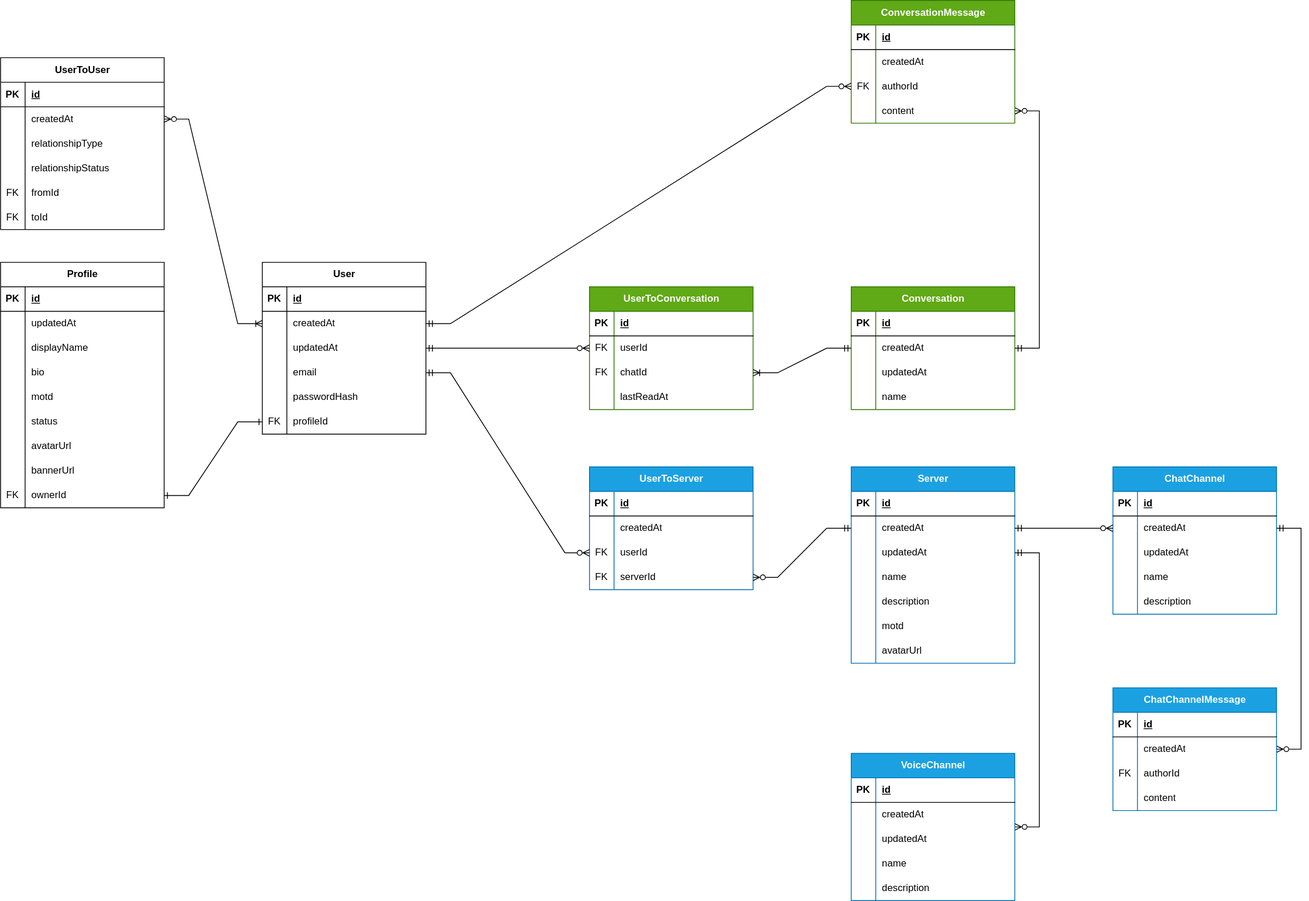
Above: diagrams/er-diagram.svg in qonsensus/backend (draw.io), before the change. Source tidied: cells renumbered, new cells last; positions are measured from the earlier drawing's top-left corner, leaving out a move shared by most shapes.
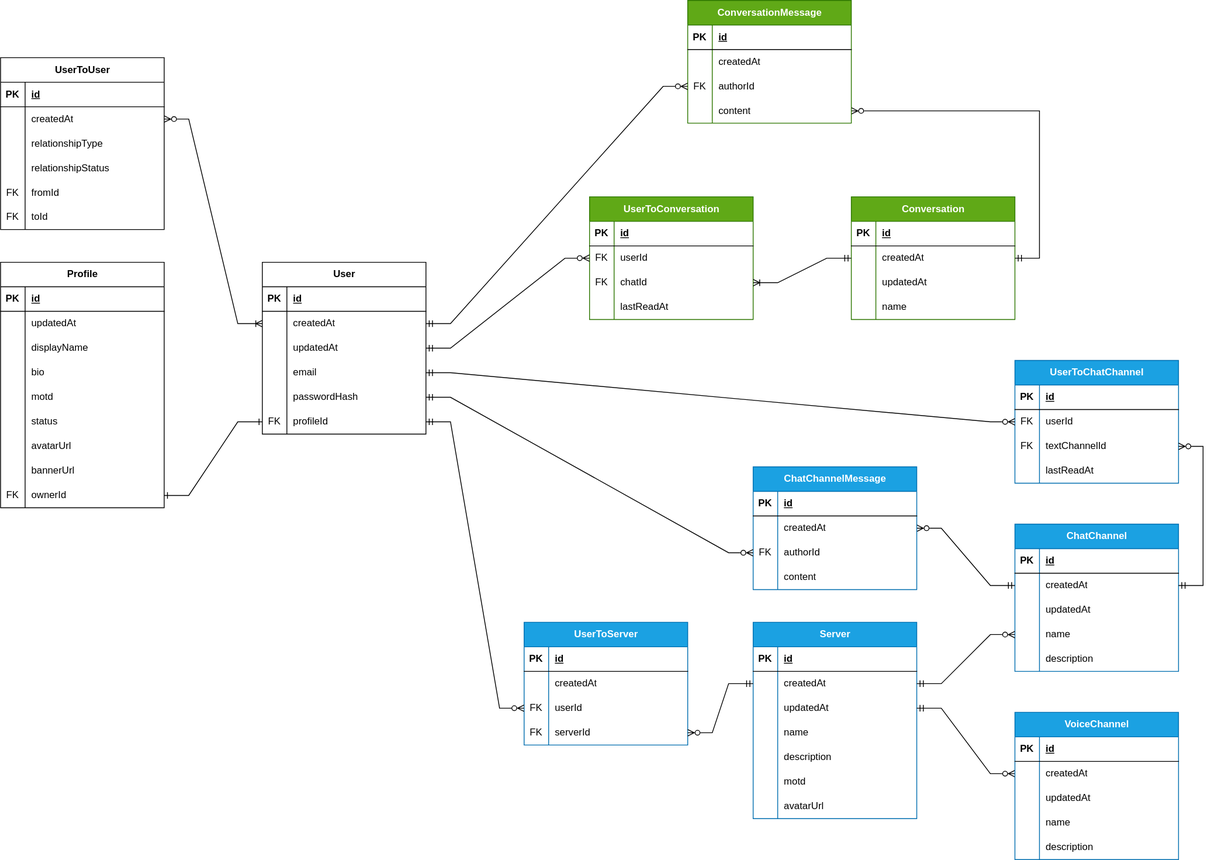
Later version of the same file.

Diff of the diagram source:
```diff
@@ -207,7 +207,7 @@
       <mxGeometry relative="1" as="geometry" />
     </mxCell>
     <mxCell id="70" value="Conversation" style="shape=table;startSize=30;rowLines=0;fontStyle=1;align=center;html=1;fillColor=#60a917;fontColor=#ffffff;strokeColor=#2D7600;" parent="1" vertex="1">
-      <mxGeometry x="1040" y="350" width="200" height="150" as="geometry" />
+      <mxGeometry x="1040" y="240" width="200" height="150" as="geometry" />
     </mxCell>
     <mxCell id="71" style="shape=tableRow;horizontal=0;startSize=0;swimlaneHead=0;swimlaneBody=0;fillColor=none;top=0;left=0;right=0;bottom=1;" parent="70" vertex="1">
       <mxGeometry y="30" width="200" height="30" as="geometry" />
@@ -246,7 +246,7 @@
       <mxGeometry x="30" width="170" height="30" as="geometry" />
     </mxCell>
     <mxCell id="83" value="UserToServer" style="shape=table;startSize=30;rowLines=0;fontStyle=1;align=center;html=1;fillColor=#1ba1e2;fontColor=#ffffff;strokeColor=#006EAF;" parent="1" vertex="1">
-      <mxGeometry x="720" y="570" width="200" height="150" as="geometry" />
+      <mxGeometry x="640" y="760" width="200" height="150" as="geometry" />
     </mxCell>
     <mxCell id="84" style="shape=tableRow;horizontal=0;startSize=0;swimlaneHead=0;swimlaneBody=0;fillColor=none;top=0;left=0;right=0;bottom=1;" parent="83" vertex="1">
       <mxGeometry y="30" width="200" height="30" as="geometry" />
@@ -284,11 +284,11 @@
     <mxCell id="95" value="serverId" style="shape=partialRectangle;fillColor=none;top=0;left=0;bottom=0;right=0;align=left;spacingLeft=6;overflow=hidden;whiteSpace=wrap;html=1;" parent="93" vertex="1">
       <mxGeometry x="30" width="170" height="30" as="geometry" />
     </mxCell>
-    <mxCell id="96" style="edgeStyle=entityRelationEdgeStyle;rounded=0;jettySize=auto;html=1;entryX=1;entryY=0.5;entryDx=0;entryDy=0;endArrow=ERmandOne;endFill=0;startArrow=ERzeroToMany;startFill=0;" parent="1" edge="1" source="90" target="12">
+    <mxCell id="96" style="edgeStyle=entityRelationEdgeStyle;rounded=0;jettySize=auto;html=1;endArrow=ERmandOne;endFill=0;startArrow=ERzeroToMany;startFill=0;" parent="1" edge="1" source="90" target="18">
       <mxGeometry relative="1" as="geometry" />
     </mxCell>
     <mxCell id="97" value="Server" style="shape=table;startSize=30;rowLines=0;fontStyle=1;align=center;html=1;fillColor=#1ba1e2;fontColor=#ffffff;strokeColor=#006EAF;" parent="1" vertex="1">
-      <mxGeometry x="1040" y="570" width="200" height="240" as="geometry" />
+      <mxGeometry x="920" y="760" width="200" height="240" as="geometry" />
     </mxCell>
     <mxCell id="98" style="shape=tableRow;horizontal=0;startSize=0;swimlaneHead=0;swimlaneBody=0;fillColor=none;top=0;left=0;right=0;bottom=1;" parent="97" vertex="1">
       <mxGeometry y="30" width="200" height="30" as="geometry" />
@@ -357,7 +357,7 @@
       <mxGeometry relative="1" as="geometry" />
     </mxCell>
     <mxCell id="120" value="ChatChannel" style="shape=table;startSize=30;rowLines=0;fontStyle=1;align=center;html=1;fillColor=#1ba1e2;fontColor=#ffffff;strokeColor=#006EAF;" parent="1" vertex="1">
-      <mxGeometry x="1360" y="570" width="200" height="180" as="geometry" />
+      <mxGeometry x="1240" y="640" width="200" height="180" as="geometry" />
     </mxCell>
     <mxCell id="121" style="shape=tableRow;horizontal=0;startSize=0;swimlaneHead=0;swimlaneBody=0;fillColor=none;top=0;left=0;right=0;bottom=1;" parent="120" vertex="1">
       <mxGeometry y="30" width="200" height="30" as="geometry" />
@@ -404,14 +404,14 @@
     <mxCell id="135" value="description" style="shape=partialRectangle;fillColor=none;top=0;left=0;bottom=0;right=0;align=left;spacingLeft=6;overflow=hidden;whiteSpace=wrap;html=1;" parent="133" vertex="1">
       <mxGeometry x="30" width="170" height="30" as="geometry" />
     </mxCell>
-    <mxCell id="136" style="edgeStyle=entityRelationEdgeStyle;rounded=0;jettySize=auto;html=1;endArrow=ERmandOne;endFill=0;startArrow=ERzeroToMany;startFill=0;exitX=0;exitY=0.5;exitDx=0;exitDy=0;entryX=1;entryY=0.5;entryDx=0;entryDy=0;" parent="1" edge="1" source="124" target="101">
+    <mxCell id="136" style="edgeStyle=entityRelationEdgeStyle;rounded=0;jettySize=auto;html=1;endArrow=ERmandOne;endFill=0;startArrow=ERzeroToMany;startFill=0;entryX=1;entryY=0.5;entryDx=0;entryDy=0;" parent="1" edge="1" source="130" target="101">
       <mxGeometry relative="1" as="geometry" />
     </mxCell>
     <mxCell id="137" style="edgeStyle=entityRelationEdgeStyle;rounded=0;jettySize=auto;html=1;endArrow=ERmandOne;endFill=0;startArrow=ERzeroToMany;startFill=0;exitX=1;exitY=0.5;exitDx=0;exitDy=0;" parent="1" edge="1" source="148" target="74">
       <mxGeometry relative="1" as="geometry" />
     </mxCell>
     <mxCell id="138" value="ConversationMessage" style="shape=table;startSize=30;rowLines=0;fontStyle=1;align=center;html=1;fillColor=#60a917;fontColor=#ffffff;strokeColor=#2D7600;" parent="1" vertex="1">
-      <mxGeometry x="1040" width="200" height="150" as="geometry" />
+      <mxGeometry x="840" width="200" height="150" as="geometry" />
     </mxCell>
     <mxCell id="139" style="shape=tableRow;horizontal=0;startSize=0;swimlaneHead=0;swimlaneBody=0;fillColor=none;top=0;left=0;right=0;bottom=1;" parent="138" vertex="1">
       <mxGeometry y="30" width="200" height="30" as="geometry" />
@@ -452,14 +452,14 @@
     <mxCell id="151" style="edgeStyle=entityRelationEdgeStyle;rounded=0;jettySize=auto;html=1;entryX=1;entryY=0.5;entryDx=0;entryDy=0;endArrow=ERmandOne;endFill=0;startArrow=ERzeroToMany;startFill=0;" parent="1" edge="1" source="145" target="6">
       <mxGeometry relative="1" as="geometry" />
     </mxCell>
-    <mxCell id="152" style="edgeStyle=entityRelationEdgeStyle;rounded=0;jettySize=auto;html=1;endArrow=ERmandOne;endFill=0;startArrow=ERzeroToMany;startFill=0;exitX=1;exitY=0.5;exitDx=0;exitDy=0;" parent="1" edge="1" source="189" target="124">
+    <mxCell id="152" style="edgeStyle=entityRelationEdgeStyle;rounded=0;jettySize=auto;html=1;endArrow=ERmandOne;endFill=0;startArrow=ERzeroToMany;startFill=0;" parent="1" edge="1" source="189" target="124">
       <mxGeometry relative="1" as="geometry" />
     </mxCell>
-    <mxCell id="153" style="edgeStyle=entityRelationEdgeStyle;rounded=0;jettySize=auto;html=1;entryX=1;entryY=0.5;entryDx=0;entryDy=0;endArrow=ERmandOne;endFill=0;startArrow=ERzeroToMany;startFill=0;" parent="1" edge="1" source="154" target="104">
+    <mxCell id="153" style="edgeStyle=entityRelationEdgeStyle;rounded=0;jettySize=auto;html=1;entryX=1;entryY=0.5;entryDx=0;entryDy=0;endArrow=ERmandOne;endFill=0;startArrow=ERzeroToMany;startFill=0;exitX=0;exitY=0.5;exitDx=0;exitDy=0;" parent="1" edge="1" source="158" target="104">
       <mxGeometry relative="1" as="geometry" />
     </mxCell>
     <mxCell id="154" value="VoiceChannel" style="shape=table;startSize=30;rowLines=0;fontStyle=1;align=center;html=1;fillColor=#1ba1e2;fontColor=#ffffff;strokeColor=#006EAF;" parent="1" vertex="1">
-      <mxGeometry x="1040" y="920" width="200" height="180" as="geometry" />
+      <mxGeometry x="1240" y="870" width="200" height="180" as="geometry" />
     </mxCell>
     <mxCell id="155" style="shape=tableRow;horizontal=0;startSize=0;swimlaneHead=0;swimlaneBody=0;fillColor=none;top=0;left=0;right=0;bottom=1;" parent="154" vertex="1">
       <mxGeometry y="30" width="200" height="30" as="geometry" />
@@ -507,7 +507,7 @@
       <mxGeometry x="30" width="170" height="30" as="geometry" />
     </mxCell>
     <mxCell id="170" value="UserToConversation" style="shape=table;startSize=30;rowLines=0;fontStyle=1;align=center;html=1;fillColor=#60a917;fontColor=#ffffff;strokeColor=#2D7600;" parent="1" vertex="1">
-      <mxGeometry x="720" y="350" width="200" height="150" as="geometry" />
+      <mxGeometry x="720" y="240" width="200" height="150" as="geometry" />
     </mxCell>
     <mxCell id="171" style="shape=tableRow;horizontal=0;startSize=0;swimlaneHead=0;swimlaneBody=0;fillColor=none;top=0;left=0;right=0;bottom=1;" parent="170" vertex="1">
       <mxGeometry y="30" width="200" height="30" as="geometry" />
@@ -548,11 +548,11 @@
     <mxCell id="183" style="edgeStyle=entityRelationEdgeStyle;rounded=0;jettySize=auto;html=1;endArrow=ERmandOne;endFill=0;startArrow=ERoneToMany;startFill=0;" parent="1" edge="1" source="177" target="74">
       <mxGeometry relative="1" as="geometry" />
     </mxCell>
-    <mxCell id="184" style="edgeStyle=orthogonalEdgeStyle;rounded=0;jettySize=auto;html=1;entryX=1;entryY=0.5;entryDx=0;entryDy=0;endArrow=ERmandOne;endFill=0;startArrow=ERzeroToMany;startFill=0;" parent="1" edge="1" source="174" target="9">
+    <mxCell id="184" style="edgeStyle=entityRelationEdgeStyle;rounded=0;jettySize=auto;html=1;entryX=1;entryY=0.5;entryDx=0;entryDy=0;endArrow=ERmandOne;endFill=0;startArrow=ERzeroToMany;startFill=0;" parent="1" edge="1" source="174" target="9">
       <mxGeometry relative="1" as="geometry" />
     </mxCell>
     <mxCell id="185" value="ChatChannelMessage" style="shape=table;startSize=30;rowLines=0;fontStyle=1;align=center;html=1;fillColor=#1ba1e2;fontColor=#ffffff;strokeColor=#006EAF;" parent="1" vertex="1">
-      <mxGeometry x="1360" y="840" width="200" height="150" as="geometry" />
+      <mxGeometry x="920" y="570" width="200" height="150" as="geometry" />
     </mxCell>
     <mxCell id="186" style="shape=tableRow;horizontal=0;startSize=0;swimlaneHead=0;swimlaneBody=0;fillColor=none;top=0;left=0;right=0;bottom=1;" parent="185" vertex="1">
       <mxGeometry y="30" width="200" height="30" as="geometry" />
@@ -590,5 +590,53 @@
     <mxCell id="197" value="content" style="shape=partialRectangle;fillColor=none;top=0;left=0;bottom=0;right=0;align=left;spacingLeft=6;overflow=hidden;whiteSpace=wrap;html=1;" parent="195" vertex="1">
       <mxGeometry x="30" width="170" height="30" as="geometry" />
     </mxCell>
+    <mxCell id="198" style="edgeStyle=entityRelationEdgeStyle;rounded=0;jettySize=auto;html=1;endArrow=ERmandOne;endFill=0;startArrow=ERzeroToMany;startFill=0;" parent="1" edge="1" source="192" target="15">
+      <mxGeometry relative="1" as="geometry" />
+    </mxCell>
+    <mxCell id="199" value="UserToChatChannel" style="shape=table;startSize=30;rowLines=0;fontStyle=1;align=center;html=1;fillColor=#1ba1e2;fontColor=#ffffff;strokeColor=#006EAF;" parent="1" vertex="1">
+      <mxGeometry x="1240" y="440" width="200" height="150" as="geometry" />
+    </mxCell>
+    <mxCell id="200" style="shape=tableRow;horizontal=0;startSize=0;swimlaneHead=0;swimlaneBody=0;fillColor=none;top=0;left=0;right=0;bottom=1;" parent="199" vertex="1">
+      <mxGeometry y="30" width="200" height="30" as="geometry" />
+    </mxCell>
+    <mxCell id="201" value="PK" style="shape=partialRectangle;fillColor=none;top=0;left=0;bottom=0;right=0;fontStyle=1;overflow=hidden;whiteSpace=wrap;html=1;" parent="200" vertex="1">
+      <mxGeometry width="30" height="30" as="geometry" />
+    </mxCell>
+    <mxCell id="202" value="id" style="shape=partialRectangle;fillColor=none;top=0;left=0;bottom=0;right=0;align=left;spacingLeft=6;fontStyle=5;overflow=hidden;whiteSpace=wrap;html=1;" parent="200" vertex="1">
+      <mxGeometry x="30" width="170" height="30" as="geometry" />
+    </mxCell>
+    <mxCell id="203" style="shape=tableRow;horizontal=0;startSize=0;swimlaneHead=0;swimlaneBody=0;fillColor=none;points=[[0,0.5],[1,0.5]];portConstraint=eastwest;top=0;left=0;right=0;bottom=0;" parent="199" vertex="1">
+      <mxGeometry y="60" width="200" height="30" as="geometry" />
+    </mxCell>
+    <mxCell id="204" value="FK" style="shape=partialRectangle;fillColor=none;top=0;left=0;bottom=0;right=0;overflow=hidden;whiteSpace=wrap;html=1;" parent="203" vertex="1">
+      <mxGeometry width="30" height="30" as="geometry" />
+    </mxCell>
+    <mxCell id="205" value="userId" style="shape=partialRectangle;fillColor=none;top=0;left=0;bottom=0;right=0;align=left;spacingLeft=6;overflow=hidden;whiteSpace=wrap;html=1;" parent="203" vertex="1">
+      <mxGeometry x="30" width="170" height="30" as="geometry" />
+    </mxCell>
+    <mxCell id="206" style="shape=tableRow;horizontal=0;startSize=0;swimlaneHead=0;swimlaneBody=0;fillColor=none;points=[[0,0.5],[1,0.5]];portConstraint=eastwest;top=0;left=0;right=0;bottom=0;" parent="199" vertex="1">
+      <mxGeometry y="90" width="200" height="30" as="geometry" />
+    </mxCell>
+    <mxCell id="207" value="FK" style="shape=partialRectangle;fillColor=none;top=0;left=0;bottom=0;right=0;overflow=hidden;whiteSpace=wrap;html=1;" parent="206" vertex="1">
+      <mxGeometry width="30" height="30" as="geometry" />
+    </mxCell>
+    <mxCell id="208" value="textChannelId" style="shape=partialRectangle;fillColor=none;top=0;left=0;bottom=0;right=0;align=left;spacingLeft=6;overflow=hidden;whiteSpace=wrap;html=1;" parent="206" vertex="1">
+      <mxGeometry x="30" width="170" height="30" as="geometry" />
+    </mxCell>
+    <mxCell id="209" style="shape=tableRow;horizontal=0;startSize=0;swimlaneHead=0;swimlaneBody=0;fillColor=none;top=0;left=0;right=0;bottom=0;" parent="199" vertex="1">
+      <mxGeometry y="120" width="200" height="30" as="geometry" />
+    </mxCell>
+    <mxCell id="210" style="shape=partialRectangle;fillColor=none;top=0;left=0;bottom=0;right=0;overflow=hidden;whiteSpace=wrap;html=1;" parent="209" vertex="1">
+      <mxGeometry width="30" height="30" as="geometry" />
+    </mxCell>
+    <mxCell id="211" value="lastReadAt" style="shape=partialRectangle;fillColor=none;top=0;left=0;bottom=0;right=0;align=left;spacingLeft=6;overflow=hidden;whiteSpace=wrap;html=1;" parent="209" vertex="1">
+      <mxGeometry x="30" width="170" height="30" as="geometry" />
+    </mxCell>
+    <mxCell id="212" style="edgeStyle=entityRelationEdgeStyle;rounded=0;jettySize=auto;html=1;endArrow=ERmandOne;endFill=0;startArrow=ERzeroToMany;startFill=0;" parent="1" edge="1" source="203" target="12">
+      <mxGeometry relative="1" as="geometry" />
+    </mxCell>
+    <mxCell id="213" style="edgeStyle=entityRelationEdgeStyle;rounded=0;jettySize=auto;html=1;endArrow=ERmandOne;endFill=0;startArrow=ERzeroToMany;startFill=0;" parent="1" edge="1" source="206" target="124">
+      <mxGeometry relative="1" as="geometry" />
+    </mxCell>
   </root>
 </mxGraphModel>
```
